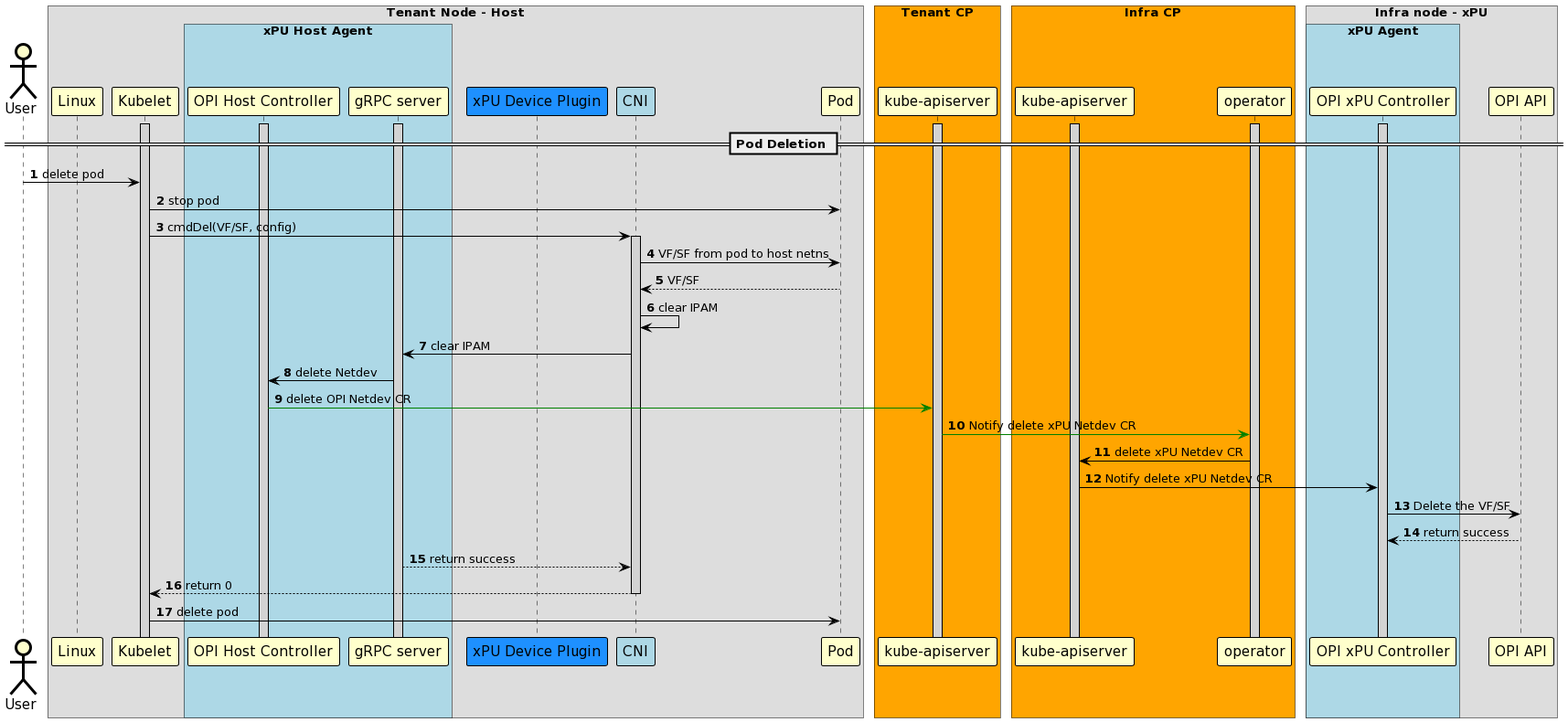
This is sequence-diagrams/images/host-provisioning-xPU-VF-pod-deletion.png from redhat-et/ekho, a PlantUML export, as it was before one commit.
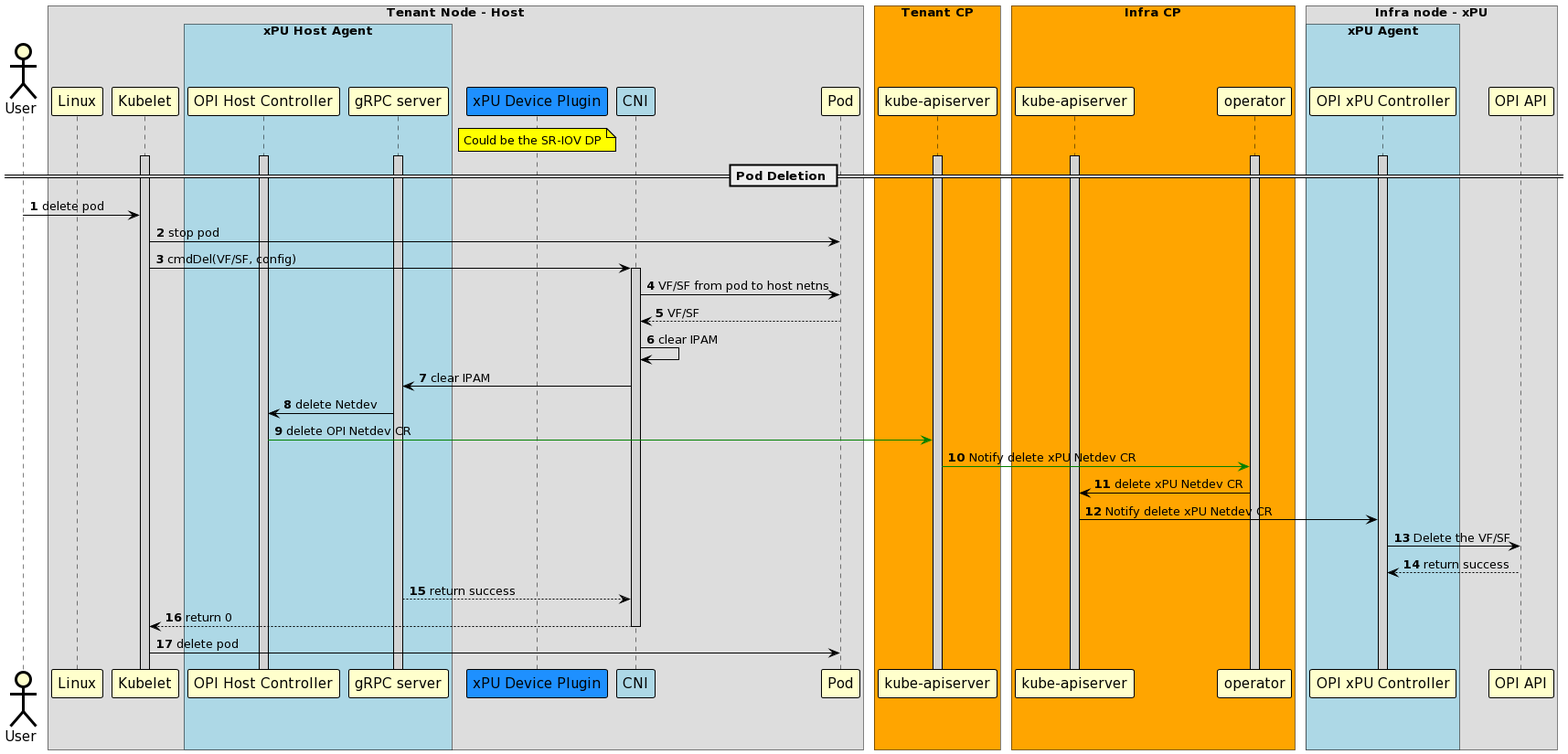
The same file after the commit.

Commit message:
add note about sr-iov dp

The edit, as a diff of the source:
```diff
@@ -38,6 +38,8 @@
 	participant "CNI" #LightBlue
 	participant "Pod"
 end box
+
+note over "xPU Device Plugin": Could be the SR-IOV DP
 
 box "Tenant CP" #Orange
   participant "kube-apiserver" as api1
```
